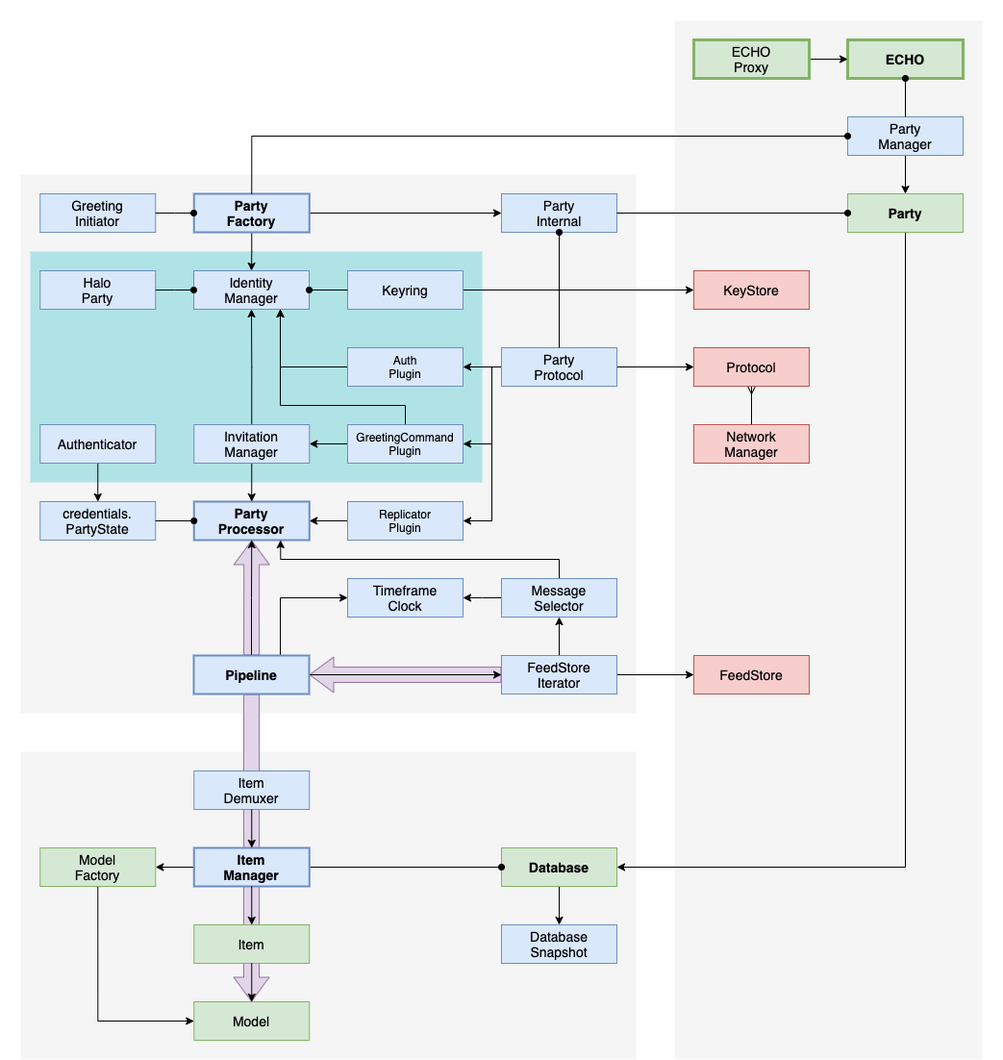
Above: docs/diagrams/echo-architecture.png in dxos/dxos (draw.io), before the change. Source tidied: cells renumbered, new cells last; positions are measured from the earlier drawing's top-left corner, leaving out a move shared by most shapes.
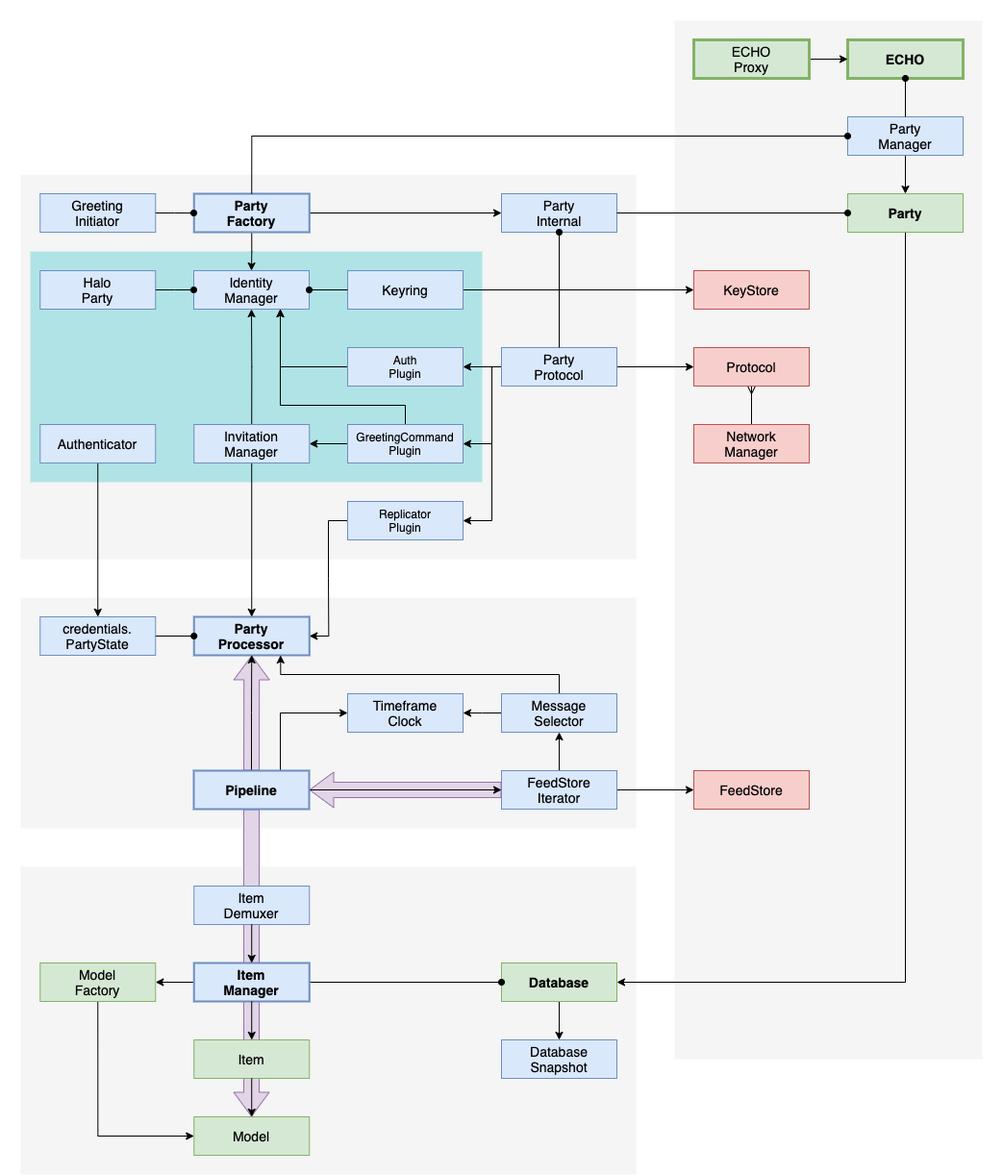
The same file after the commit.

The edit, as a diff of the source:
```diff
@@ -2,14 +2,17 @@
   <root>
     <mxCell id="0" />
     <mxCell id="1" parent="0" />
+    <mxCell id="84" style="rounded=0;whiteSpace=wrap;html=1;fontSize=14;fontFamily=Helvetica;fontStyle=0;fillColor=#f5f5f5;dashed=1;fontColor=#333333;strokeColor=none;" parent="1" vertex="1">
+      <mxGeometry x="20" y="620" width="640" height="240" as="geometry" />
+    </mxCell>
     <mxCell id="2" style="rounded=0;whiteSpace=wrap;html=1;fontSize=14;fontFamily=Helvetica;fontStyle=0;fillColor=#f5f5f5;dashed=1;fontColor=#333333;strokeColor=none;" parent="1" vertex="1">
-      <mxGeometry x="20" y="180" width="640" height="560" as="geometry" />
+      <mxGeometry x="20" y="180" width="640" height="400" as="geometry" />
     </mxCell>
     <mxCell id="3" style="rounded=0;whiteSpace=wrap;html=1;fontSize=14;fontFamily=Helvetica;fontStyle=0;fillColor=#f5f5f5;dashed=1;fontColor=#333333;strokeColor=none;" parent="1" vertex="1">
       <mxGeometry x="700" y="20" width="320" height="1080" as="geometry" />
     </mxCell>
     <mxCell id="4" style="rounded=0;whiteSpace=wrap;html=1;fontSize=14;fontFamily=Helvetica;fontStyle=0;fillColor=#f5f5f5;dashed=1;fontColor=#333333;strokeColor=none;" parent="1" vertex="1">
-      <mxGeometry x="20" y="780" width="640" height="320" as="geometry" />
+      <mxGeometry x="20" y="900" width="640" height="320" as="geometry" />
     </mxCell>
     <mxCell id="5" style="rounded=0;whiteSpace=wrap;html=1;fontSize=14;fontFamily=Helvetica;fontStyle=0;fillColor=#b0e3e6;strokeColor=none;" parent="1" vertex="1">
       <mxGeometry x="30" y="260" width="470" height="240" as="geometry" />
@@ -30,13 +33,13 @@
       <mxGeometry relative="1" as="geometry" />
     </mxCell>
     <mxCell id="11" value="Party&lt;br&gt;Processor" style="rounded=0;whiteSpace=wrap;html=1;fontSize=14;fontFamily=Helvetica;fillColor=#dae8fc;strokeColor=#6c8ebf;fontStyle=1;strokeWidth=2;" parent="1" vertex="1">
-      <mxGeometry x="200.2" y="520" width="120" height="40" as="geometry" />
+      <mxGeometry x="200.2" y="640" width="120" height="40" as="geometry" />
     </mxCell>
     <mxCell id="12" value="credentials.&lt;br&gt;PartyState" style="rounded=0;whiteSpace=wrap;html=1;fontSize=14;fontFamily=Helvetica;fillColor=#dae8fc;strokeColor=#6c8ebf;fontStyle=0;strokeWidth=1;" parent="1" vertex="1">
-      <mxGeometry x="40.2" y="520" width="120" height="40" as="geometry" />
+      <mxGeometry x="40.2" y="640" width="120" height="40" as="geometry" />
     </mxCell>
     <mxCell id="13" value="Timeframe&lt;br&gt;Clock" style="rounded=0;whiteSpace=wrap;html=1;fontSize=14;fontFamily=Helvetica;fillColor=#dae8fc;strokeColor=#6c8ebf;fontStyle=0;strokeWidth=1;" parent="1" vertex="1">
-      <mxGeometry x="360" y="600" width="120" height="40" as="geometry" />
+      <mxGeometry x="360" y="720" width="120" height="40" as="geometry" />
     </mxCell>
     <mxCell id="14" value="Identity&lt;br&gt;Manager" style="rounded=0;whiteSpace=wrap;html=1;fontSize=14;fontFamily=Helvetica;fillColor=#dae8fc;strokeColor=#6c8ebf;fontStyle=0;strokeWidth=1;" parent="1" vertex="1">
       <mxGeometry x="200" y="280" width="120" height="40" as="geometry" />
@@ -79,7 +82,7 @@
       <mxGeometry relative="1" as="geometry" />
     </mxCell>
     <mxCell id="24" value="Model&lt;br&gt;Factory" style="rounded=0;whiteSpace=wrap;html=1;fontSize=14;fontFamily=Helvetica;fillColor=#d5e8d4;strokeColor=#82b366;fontStyle=0;strokeWidth=1;" parent="1" vertex="1">
-      <mxGeometry x="40.2" y="880" width="120" height="40" as="geometry" />
+      <mxGeometry x="40.2" y="1000" width="120" height="40" as="geometry" />
     </mxCell>
     <mxCell id="25" style="edgeStyle=orthogonalEdgeStyle;rounded=0;jettySize=auto;html=1;exitX=0.5;exitY=0;exitDx=0;exitDy=0;fontSize=12;startArrow=none;startFill=0;endArrow=ERmany;endFill=0;" parent="1" edge="1" source="26" target="75">
       <mxGeometry relative="1" as="geometry" />
@@ -115,7 +118,7 @@
       <mxGeometry relative="1" as="geometry" />
     </mxCell>
     <mxCell id="36" value="Database" style="rounded=0;whiteSpace=wrap;html=1;fontSize=14;fontFamily=Helvetica;fillColor=#d5e8d4;strokeColor=#82b366;fontStyle=1;strokeWidth=1;" parent="1" vertex="1">
-      <mxGeometry x="520" y="880" width="120" height="40" as="geometry" />
+      <mxGeometry x="520" y="1000" width="120" height="40" as="geometry" />
     </mxCell>
     <mxCell id="37" style="edgeStyle=orthogonalEdgeStyle;rounded=0;orthogonalLoop=1;jettySize=auto;html=1;exitX=0.5;exitY=1;exitDx=0;exitDy=0;" parent="1" edge="1" source="44" target="44">
       <mxGeometry relative="1" as="geometry" />
@@ -123,27 +126,27 @@
     <mxCell id="38" style="edgeStyle=orthogonalEdgeStyle;rounded=0;jettySize=auto;html=1;exitX=0;exitY=0.5;exitDx=0;exitDy=0;entryX=1;entryY=0.5;entryDx=0;entryDy=0;" parent="1" edge="1" source="40" target="13">
       <mxGeometry relative="1" as="geometry">
         <Array as="points">
-          <mxPoint x="500" y="620" />
-          <mxPoint x="500" y="620" />
+          <mxPoint x="500" y="740" />
+          <mxPoint x="500" y="740" />
         </Array>
       </mxGeometry>
     </mxCell>
     <mxCell id="39" style="edgeStyle=orthogonalEdgeStyle;rounded=0;jettySize=auto;html=1;exitX=0.5;exitY=0;exitDx=0;exitDy=0;entryX=0.75;entryY=1;entryDx=0;entryDy=0;" parent="1" edge="1" source="40" target="11">
       <mxGeometry relative="1" as="geometry">
         <Array as="points">
-          <mxPoint x="580" y="580" />
-          <mxPoint x="290" y="580" />
+          <mxPoint x="580" y="700" />
+          <mxPoint x="290" y="700" />
         </Array>
       </mxGeometry>
     </mxCell>
     <mxCell id="40" value="Message&lt;br&gt;Selector" style="rounded=0;whiteSpace=wrap;html=1;fontSize=14;fontFamily=Helvetica;fillColor=#dae8fc;strokeColor=#6c8ebf;fontStyle=0;strokeWidth=1;" parent="1" vertex="1">
-      <mxGeometry x="520" y="600" width="120" height="40" as="geometry" />
+      <mxGeometry x="520" y="720" width="120" height="40" as="geometry" />
     </mxCell>
     <mxCell id="41" value="Halo&lt;br&gt;Party" style="rounded=0;whiteSpace=wrap;html=1;fontSize=14;fontFamily=Helvetica;fillColor=#dae8fc;strokeColor=#6c8ebf;fontStyle=0;strokeWidth=1;" parent="1" vertex="1">
       <mxGeometry x="40.2" y="280" width="120" height="40" as="geometry" />
     </mxCell>
     <mxCell id="42" value="FeedStore" style="rounded=0;whiteSpace=wrap;html=1;fontSize=14;fontFamily=Helvetica;fillColor=#f8cecc;strokeColor=#b85450;fontStyle=0;strokeWidth=1;" parent="1" vertex="1">
-      <mxGeometry x="720" y="680" width="120" height="40" as="geometry" />
+      <mxGeometry x="720" y="800" width="120" height="40" as="geometry" />
     </mxCell>
     <mxCell id="43" style="edgeStyle=orthogonalEdgeStyle;rounded=0;jettySize=auto;html=1;exitX=1;exitY=0.5;exitDx=0;exitDy=0;entryX=0;entryY=0.5;entryDx=0;entryDy=0;fontSize=12;startArrow=none;startFill=0;endArrow=classic;endFill=1;" parent="1" edge="1" source="44" target="32">
       <mxGeometry relative="1" as="geometry" />
@@ -183,14 +186,14 @@
       <mxGeometry relative="1" as="geometry" />
     </mxCell>
     <mxCell id="52" value="FeedStore&lt;br&gt;Iterator" style="rounded=0;whiteSpace=wrap;html=1;fontSize=14;fontFamily=Helvetica;fillColor=#dae8fc;strokeColor=#6c8ebf;fontStyle=0;strokeWidth=1;" parent="1" vertex="1">
-      <mxGeometry x="520" y="680" width="120" height="40" as="geometry" />
+      <mxGeometry x="520" y="800" width="120" height="40" as="geometry" />
     </mxCell>
     <mxCell id="53" style="shape=flexArrow;endArrow=classic;html=1;endSize=8;strokeColor=#9673a6;fillColor=#e1d5e7;entryX=1;entryY=0.5;entryDx=0;entryDy=0;exitX=0;exitY=0.5;exitDx=0;exitDy=0;width=16;" parent="1" edge="1" source="52" target="78">
       <mxGeometry relative="1" as="geometry" />
     </mxCell>
     <mxCell id="54" style="shape=flexArrow;endArrow=classic;html=1;endSize=8;strokeColor=#9673a6;fillColor=#e1d5e7;entryX=0.5;entryY=1;entryDx=0;entryDy=0;width=16;" parent="1" edge="1" target="11">
       <mxGeometry relative="1" as="geometry">
-        <mxPoint x="260" y="680" as="sourcePoint" />
+        <mxPoint x="260" y="800" as="sourcePoint" />
       </mxGeometry>
     </mxCell>
     <mxCell id="55" style="edgeStyle=orthogonalEdgeStyle;rounded=0;jettySize=auto;html=1;exitX=0.5;exitY=0;exitDx=0;exitDy=0;entryX=0.5;entryY=1;entryDx=0;entryDy=0;" parent="1" edge="1" source="78" target="11">
@@ -198,20 +201,20 @@
     </mxCell>
     <mxCell id="56" style="shape=flexArrow;endArrow=classic;html=1;endSize=8;strokeColor=#9673a6;fillColor=#e1d5e7;exitX=0.5;exitY=1;exitDx=0;exitDy=0;width=16;" parent="1" edge="1" source="78">
       <mxGeometry relative="1" as="geometry">
-        <mxPoint x="260" y="1040" as="targetPoint" />
+        <mxPoint x="260" y="1160" as="targetPoint" />
       </mxGeometry>
     </mxCell>
     <mxCell id="57" value="Item" style="rounded=0;whiteSpace=wrap;html=1;fontSize=14;fontFamily=Helvetica;fillColor=#d5e8d4;strokeColor=#82b366;fontStyle=0;strokeWidth=1;" parent="1" vertex="1">
-      <mxGeometry x="200.2" y="960" width="120" height="40" as="geometry" />
+      <mxGeometry x="200.2" y="1080" width="120" height="40" as="geometry" />
     </mxCell>
     <mxCell id="58" value="Model" style="rounded=0;whiteSpace=wrap;html=1;fontSize=14;fontFamily=Helvetica;fillColor=#d5e8d4;strokeColor=#82b366;fontStyle=0;strokeWidth=1;" parent="1" vertex="1">
-      <mxGeometry x="200.2" y="1040" width="120" height="40" as="geometry" />
+      <mxGeometry x="200.2" y="1160" width="120" height="40" as="geometry" />
     </mxCell>
     <mxCell id="59" value="Item&lt;br&gt;Demuxer" style="rounded=0;whiteSpace=wrap;html=1;fontSize=14;fontFamily=Helvetica;fillColor=#dae8fc;strokeColor=#6c8ebf;fontStyle=0;strokeWidth=1;" parent="1" vertex="1">
-      <mxGeometry x="200.2" y="800" width="120" height="40" as="geometry" />
+      <mxGeometry x="200.2" y="920" width="120" height="40" as="geometry" />
     </mxCell>
     <mxCell id="60" value="Item&lt;br&gt;Manager" style="rounded=0;whiteSpace=wrap;html=1;fontSize=14;fontFamily=Helvetica;fillColor=#dae8fc;strokeColor=#6c8ebf;fontStyle=1;strokeWidth=2;" parent="1" vertex="1">
-      <mxGeometry x="200.2" y="880" width="120" height="40" as="geometry" />
+      <mxGeometry x="200.2" y="1000" width="120" height="40" as="geometry" />
     </mxCell>
     <mxCell id="61" style="edgeStyle=orthogonalEdgeStyle;rounded=0;jettySize=auto;html=1;exitX=0.5;exitY=1;exitDx=0;exitDy=0;" parent="1" edge="1" source="60" target="57">
       <mxGeometry relative="1" as="geometry" />
@@ -229,7 +232,7 @@
       <mxGeometry x="720" y="40" width="120" height="40" as="geometry" />
     </mxCell>
     <mxCell id="66" value="Database&lt;br&gt;Snapshot" style="rounded=0;whiteSpace=wrap;html=1;fontSize=14;fontFamily=Helvetica;fillColor=#dae8fc;strokeColor=#6c8ebf;fontStyle=0;strokeWidth=1;" parent="1" vertex="1">
-      <mxGeometry x="520" y="960" width="120" height="40" as="geometry" />
+      <mxGeometry x="520" y="1080" width="120" height="40" as="geometry" />
     </mxCell>
     <mxCell id="67" style="edgeStyle=orthogonalEdgeStyle;rounded=0;jettySize=auto;html=1;exitX=0;exitY=0.5;exitDx=0;exitDy=0;entryX=0.75;entryY=1;entryDx=0;entryDy=0;fontSize=12;startArrow=none;startFill=0;endArrow=classic;endFill=1;" parent="1" edge="1" source="68" target="14">
       <mxGeometry relative="1" as="geometry" />
@@ -270,7 +273,7 @@
       <mxGeometry relative="1" as="geometry" />
     </mxCell>
     <mxCell id="78" value="Pipeline" style="rounded=0;whiteSpace=wrap;html=1;fontSize=14;fontFamily=Helvetica;fillColor=#dae8fc;strokeColor=#6c8ebf;fontStyle=1;strokeWidth=2;" parent="1" vertex="1">
-      <mxGeometry x="200" y="680" width="120" height="40" as="geometry" />
+      <mxGeometry x="200" y="800" width="120" height="40" as="geometry" />
     </mxCell>
     <mxCell id="79" style="edgeStyle=orthogonalEdgeStyle;rounded=0;jettySize=auto;html=1;exitX=0.5;exitY=1;exitDx=0;exitDy=0;entryX=0.5;entryY=0;entryDx=0;entryDy=0;fontSize=12;startArrow=none;startFill=0;endArrow=classic;endFill=1;" parent="1" edge="1" source="80" target="12">
       <mxGeometry relative="1" as="geometry" />
```
